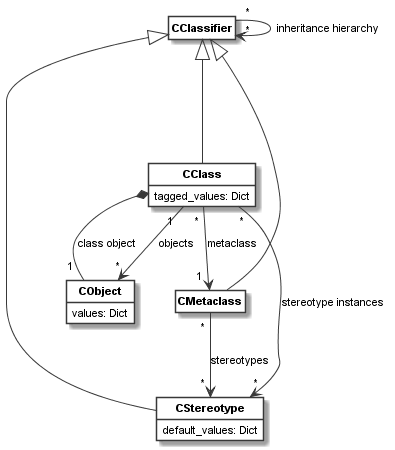
uzdun/CodeableModels keeps this PlantUML diagram as docsrc/source/images/class_model.png. Above is the earlier version. Its diagram source:
```plantuml
@startuml
skinparam monochrome true
skinparam ClassBackgroundColor White
hide empty members
hide circle
skinparam defaultFontName Arial
skinparam defaultFontSize 11
skinparam classfontstyle bold
class "CClassifier" as __1_CClassifier
class "CClass" as __2_CClass{
tagged_values: Dict
}

class "CMetaclass" as __3_CMetaclass
class "CStereotype" as __4_CStereotype{
default_values: Dict
}

class "CObject" as __5_CObject{
values: Dict
}

__1_CClassifier <|--- __2_CClass
__1_CClassifier <|--- __3_CMetaclass
__1_CClassifier <|--- __4_CStereotype
__1_CClassifier " * "  -->  " * " __1_CClassifier: "inheritance hierarchy"
__2_CClass " * "  -->  " 1 " __3_CMetaclass: "metaclass"
__2_CClass " 1 "  -->  " * " __5_CObject: "objects"
__2_CClass *--  " 1 " __5_CObject: "class object"
__2_CClass " * "  -->  " * " __4_CStereotype: "stereotype instances"
__3_CMetaclass " * "  -->  " * " __4_CStereotype: "stereotypes"
@enduml
```
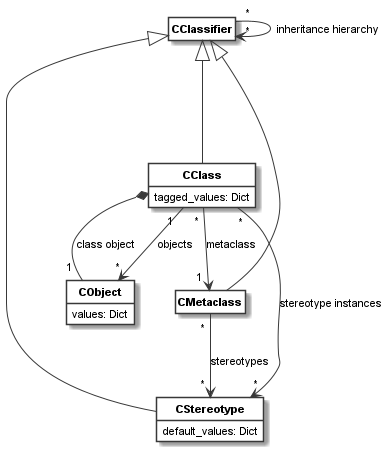
The same file after the commit.

Change to the diagram source:
```diff
@@ -5,18 +5,17 @@
 hide circle
 skinparam defaultFontName Arial
 skinparam defaultFontSize 11
-skinparam classfontstyle bold
-class "CClassifier" as __1_CClassifier
-class "CClass" as __2_CClass{
+class "<b>CClassifier</b>" as __1_CClassifier
+class "<b>CClass</b>" as __2_CClass{
 tagged_values: Dict
 }
 
-class "CMetaclass" as __3_CMetaclass
-class "CStereotype" as __4_CStereotype{
+class "<b>CMetaclass</b>" as __3_CMetaclass
+class "<b>CStereotype</b>" as __4_CStereotype{
 default_values: Dict
 }
 
-class "CObject" as __5_CObject{
+class "<b>CObject</b>" as __5_CObject{
 values: Dict
 }
 
```
